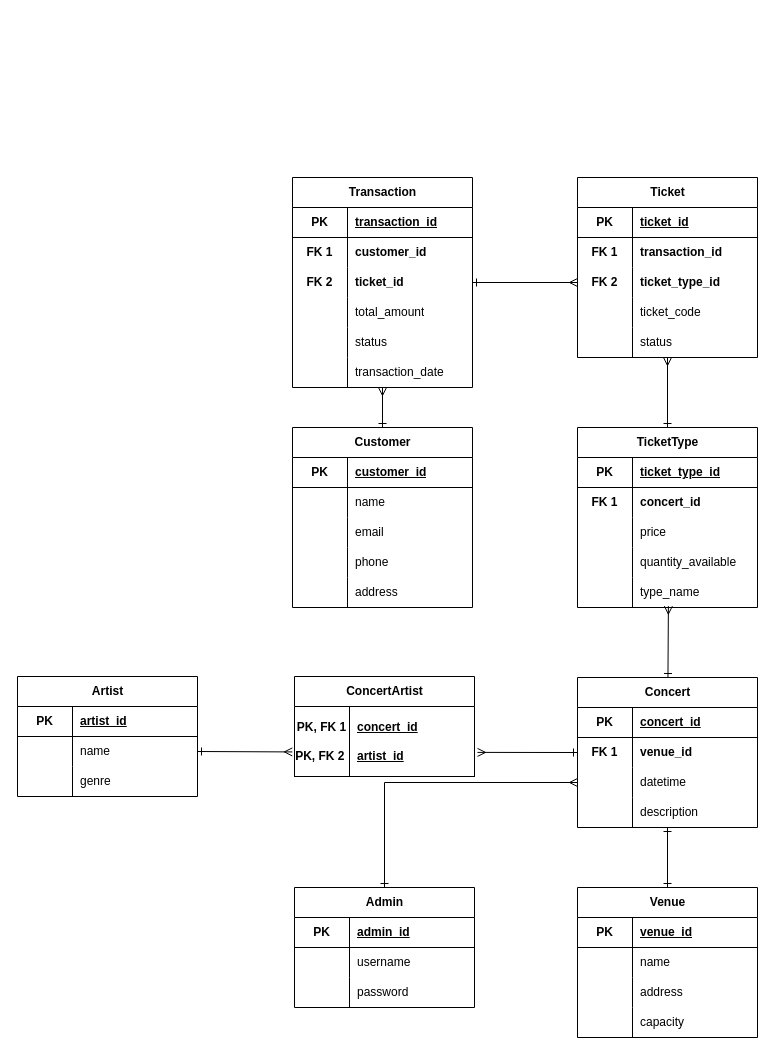
This is Soal3-Modul1-SBD.drawio from yudi0312/Sistem-Basis-Data, a draw.io file, before an edit. Source tidied: cells renumbered, new cells numbered last; positions are measured from the earlier drawing's top-left corner, leaving out a move shared by most shapes. Both pictures are drawn from the tidied source at 100%, with x=0, y=0 at pixel (17, 177).
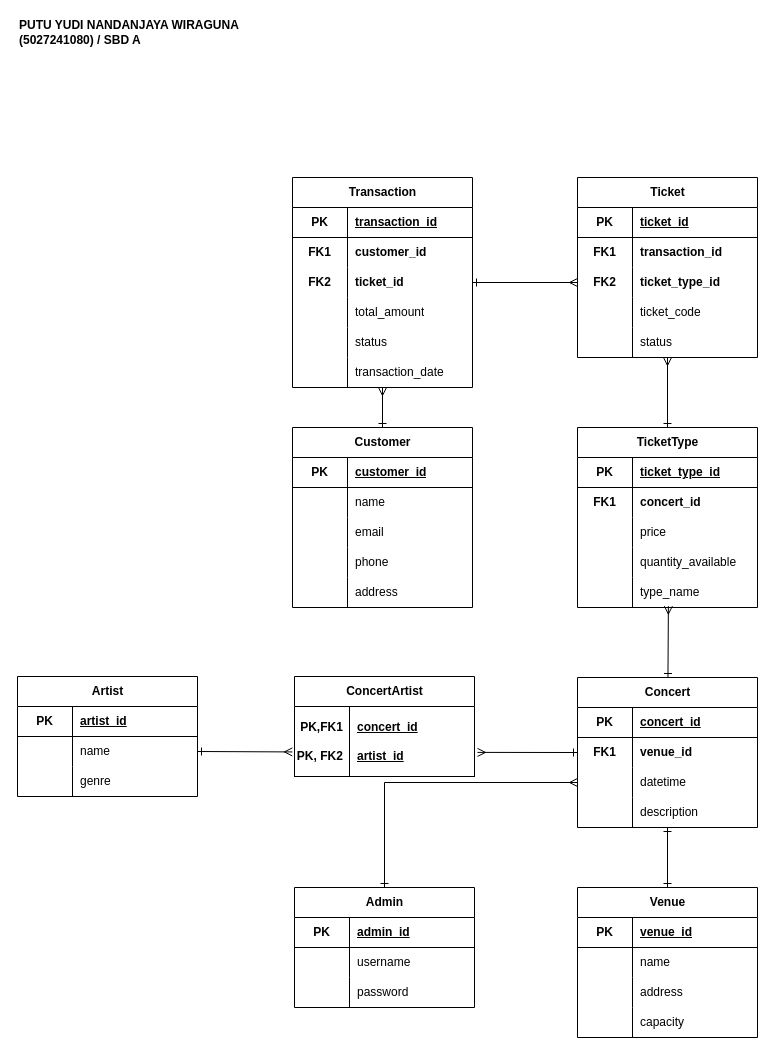
The same page after the edit.

The change refers to these unchanged cells:
```xml
<mxCell id="22" style="shape=tableRow;horizontal=0;startSize=0;swimlaneHead=0;swimlaneBody=0;fillColor=none;top=0;left=0;right=0;bottom=0;" parent="18" vertex="1">
  <mxGeometry y="60" width="180" height="30" as="geometry" />
</mxCell>
<mxCell id="25" style="shape=tableRow;horizontal=0;startSize=0;swimlaneHead=0;swimlaneBody=0;fillColor=none;points=[[0,0.5],[1,0.5]];portConstraint=eastwest;top=0;left=0;right=0;bottom=0;" parent="18" vertex="1">
  <mxGeometry y="90" width="180" height="30" as="geometry" />
</mxCell>
<mxCell id="41" style="shape=tableRow;horizontal=0;startSize=0;swimlaneHead=0;swimlaneBody=0;fillColor=none;top=0;left=0;right=0;bottom=0;" parent="37" vertex="1">
  <mxGeometry y="60" width="180" height="30" as="geometry" />
</mxCell>
<mxCell id="44" style="shape=tableRow;horizontal=0;startSize=0;swimlaneHead=0;swimlaneBody=0;fillColor=none;points=[[0,0.5],[1,0.5]];portConstraint=eastwest;top=0;left=0;right=0;bottom=0;" parent="37" vertex="1">
  <mxGeometry y="90" width="180" height="30" as="geometry" />
</mxCell>
<mxCell id="57" style="shape=tableRow;horizontal=0;startSize=0;swimlaneHead=0;swimlaneBody=0;fillColor=none;top=0;left=0;right=0;bottom=0;" parent="53" vertex="1">
  <mxGeometry y="60" width="180" height="30" as="geometry" />
</mxCell>
<mxCell id="73" style="shape=tableRow;horizontal=0;startSize=0;swimlaneHead=0;swimlaneBody=0;fillColor=none;points=[[0,0.5],[1,0.5]];portConstraint=eastwest;top=0;left=0;right=0;bottom=0;" parent="69" vertex="1">
  <mxGeometry y="60" width="180" height="30" as="geometry" />
</mxCell>
<mxCell id="96" style="shape=tableRow;horizontal=0;startSize=0;swimlaneHead=0;swimlaneBody=0;fillColor=none;points=[[0,0.5],[1,0.5]];portConstraint=eastwest;top=0;left=0;right=0;bottom=1;" parent="95" vertex="1">
  <mxGeometry y="30" width="180" height="70" as="geometry" />
</mxCell>
```

Change to the diagram source:
```diff
@@
-    <mxCell id="23" value="&lt;b&gt;FK 1&lt;/b&gt;" style="shape=partialRectangle;fillColor=none;top=0;left=0;bottom=0;right=0;overflow=hidden;whiteSpace=wrap;html=1;" parent="22" vertex="1">
+    <mxCell id="23" value="&lt;b&gt;FK1&lt;/b&gt;" style="shape=partialRectangle;fillColor=none;top=0;left=0;bottom=0;right=0;overflow=hidden;whiteSpace=wrap;html=1;" parent="22" vertex="1">
       <mxGeometry width="55" height="30" as="geometry" />
     </mxCell>
@@
-    <mxCell id="26" value="FK 2" style="shape=partialRectangle;fillColor=none;top=0;left=0;bottom=0;right=0;overflow=hidden;whiteSpace=wrap;html=1;fontStyle=1;" parent="25" vertex="1">
+    <mxCell id="26" value="FK2" style="shape=partialRectangle;fillColor=none;top=0;left=0;bottom=0;right=0;overflow=hidden;whiteSpace=wrap;html=1;fontStyle=1;" parent="25" vertex="1">
       <mxGeometry width="55" height="30" as="geometry" />
     </mxCell>
@@
-    <mxCell id="42" value="&lt;b&gt;FK 1&lt;/b&gt;" style="shape=partialRectangle;fillColor=none;top=0;left=0;bottom=0;right=0;overflow=hidden;whiteSpace=wrap;html=1;" parent="41" vertex="1">
+    <mxCell id="42" value="&lt;b&gt;FK1&lt;/b&gt;" style="shape=partialRectangle;fillColor=none;top=0;left=0;bottom=0;right=0;overflow=hidden;whiteSpace=wrap;html=1;" parent="41" vertex="1">
       <mxGeometry width="55" height="30" as="geometry" />
     </mxCell>
@@
-    <mxCell id="45" value="&lt;b&gt;FK 2&lt;/b&gt;" style="shape=partialRectangle;fillColor=none;top=0;left=0;bottom=0;right=0;overflow=hidden;whiteSpace=wrap;html=1;" parent="44" vertex="1">
+    <mxCell id="45" value="&lt;b&gt;FK2&lt;/b&gt;" style="shape=partialRectangle;fillColor=none;top=0;left=0;bottom=0;right=0;overflow=hidden;whiteSpace=wrap;html=1;" parent="44" vertex="1">
       <mxGeometry width="55" height="30" as="geometry" />
     </mxCell>
@@
-    <mxCell id="58" value="&lt;b&gt;FK 1&lt;/b&gt;" style="shape=partialRectangle;fillColor=none;top=0;left=0;bottom=0;right=0;overflow=hidden;whiteSpace=wrap;html=1;" parent="57" vertex="1">
+    <mxCell id="58" value="&lt;b&gt;FK1&lt;/b&gt;" style="shape=partialRectangle;fillColor=none;top=0;left=0;bottom=0;right=0;overflow=hidden;whiteSpace=wrap;html=1;" parent="57" vertex="1">
       <mxGeometry width="55" height="30" as="geometry" />
     </mxCell>
@@
-    <mxCell id="74" value="&lt;b&gt;FK 1&lt;/b&gt;" style="shape=partialRectangle;fillColor=none;top=0;left=0;bottom=0;right=0;overflow=hidden;whiteSpace=wrap;html=1;" parent="73" vertex="1">
+    <mxCell id="74" value="&lt;b&gt;FK1&lt;/b&gt;" style="shape=partialRectangle;fillColor=none;top=0;left=0;bottom=0;right=0;overflow=hidden;whiteSpace=wrap;html=1;" parent="73" vertex="1">
       <mxGeometry width="55" height="30" as="geometry" />
     </mxCell>
@@
-    <mxCell id="97" value="PK, FK 1&lt;div&gt;&lt;br&gt;&lt;/div&gt;&lt;div&gt;PK, FK 2&amp;nbsp;&lt;/div&gt;" style="shape=partialRectangle;fillColor=none;top=0;left=0;bottom=0;right=0;fontStyle=1;overflow=hidden;whiteSpace=wrap;html=1;" parent="96" vertex="1">
+    <mxCell id="97" value="PK,FK1&lt;div&gt;&lt;br&gt;&lt;/div&gt;&lt;div&gt;PK, FK2&amp;nbsp;&lt;/div&gt;" style="shape=partialRectangle;fillColor=none;top=0;left=0;bottom=0;right=0;fontStyle=1;overflow=hidden;whiteSpace=wrap;html=1;" parent="96" vertex="1">
       <mxGeometry width="55" height="70" as="geometry" />
     </mxCell>
@@
+    <mxCell id="127" value="&lt;b&gt;PUTU YUDI NANDANJAYA WIRAGUNA&amp;nbsp;&lt;/b&gt;&lt;div&gt;&lt;b&gt;(5027241080) / SBD A&lt;/b&gt;&lt;/div&gt;" style="text;html=1;align=left;verticalAlign=middle;whiteSpace=wrap;rounded=0;" parent="1" vertex="1">
+      <mxGeometry y="-160" width="320" height="30" as="geometry" />
+    </mxCell>
```
